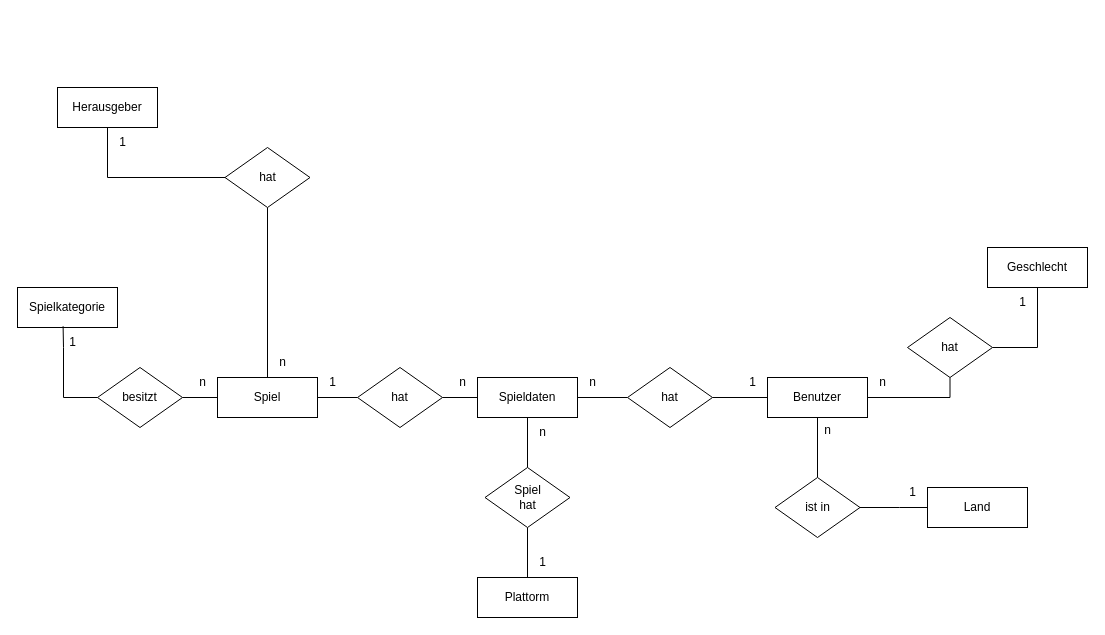
Before: page "ERM - Semantisches Modell" (2 of 2) of doku/Datenbankmodelle.drawio in GameStat-Stieglitz-Rese/gameStat, a draw.io diagram. Source tidied: cells renumbered, new cells numbered last; positions are measured from the earlier drawing's top-left corner, leaving out a move shared by most shapes. Both pictures are drawn from the tidied source at 100%, with x=0, y=0 at pixel (17, 87).
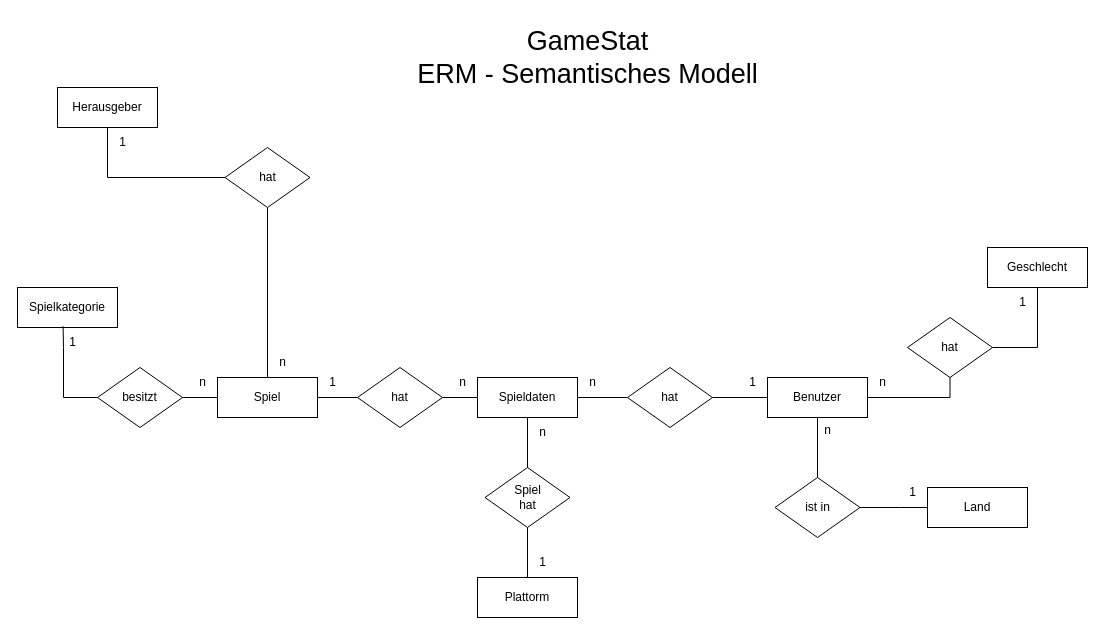
Above is the later version.

The edit, as a diff of the source:
```diff
@@
+    <mxCell id="45" value="GameStat&lt;br&gt;ERM - Semantisches Modell" style="text;html=1;align=center;verticalAlign=middle;strokeColor=none;fillColor=none;fontSize=27;" parent="1" vertex="1">
+      <mxGeometry x="390" y="-70" width="360" height="80" as="geometry" />
+    </mxCell>
```
